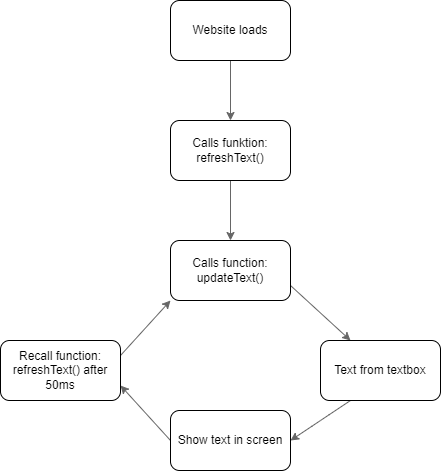
Lepsuplays/MakeItBigger keeps this draw.io diagram as img/MakeTextBig.dio.png. Above is the earlier version. Source tidied: cells renumbered, new cells last; positions are measured from the earlier drawing's top-left corner, leaving out a move shared by most shapes. The source it was exported from:
```xml
<mxGraphModel>
  <root>
    <mxCell id="0" />
    <mxCell id="1" parent="0" />
    <mxCell id="2" style="edgeStyle=none;html=1;exitX=0.5;exitY=1;exitDx=0;exitDy=0;entryX=0.5;entryY=0;entryDx=0;entryDy=0;fillColor=#f5f5f5;strokeColor=#666666;" parent="1" edge="1" source="3" target="5">
      <mxGeometry relative="1" as="geometry" />
    </mxCell>
    <mxCell id="3" value="Website loads" style="rounded=1;whiteSpace=wrap;html=1;" parent="1" vertex="1">
      <mxGeometry x="170" width="120" height="60" as="geometry" />
    </mxCell>
    <mxCell id="4" style="edgeStyle=none;html=1;exitX=0.5;exitY=1;exitDx=0;exitDy=0;entryX=0.5;entryY=0;entryDx=0;entryDy=0;fillColor=#f5f5f5;strokeColor=#666666;" parent="1" edge="1" source="5" target="7">
      <mxGeometry relative="1" as="geometry" />
    </mxCell>
    <mxCell id="5" value="Calls funktion: refreshText()" style="rounded=1;whiteSpace=wrap;html=1;" parent="1" vertex="1">
      <mxGeometry x="170" y="120" width="120" height="60" as="geometry" />
    </mxCell>
    <mxCell id="6" style="edgeStyle=none;html=1;exitX=1;exitY=0.75;exitDx=0;exitDy=0;entryX=0.25;entryY=0;entryDx=0;entryDy=0;fillColor=#f5f5f5;strokeColor=#666666;" parent="1" edge="1" source="7" target="9">
      <mxGeometry relative="1" as="geometry" />
    </mxCell>
    <mxCell id="7" value="Calls function: updateText()" style="rounded=1;whiteSpace=wrap;html=1;" parent="1" vertex="1">
      <mxGeometry x="170" y="240" width="120" height="60" as="geometry" />
    </mxCell>
    <mxCell id="8" style="edgeStyle=none;html=1;exitX=0.25;exitY=1;exitDx=0;exitDy=0;entryX=1;entryY=0.5;entryDx=0;entryDy=0;fillColor=#f5f5f5;strokeColor=#666666;" parent="1" edge="1" source="9" target="11">
      <mxGeometry relative="1" as="geometry">
        <Array as="points">
          <mxPoint x="320" y="420" />
        </Array>
      </mxGeometry>
    </mxCell>
    <mxCell id="9" value="Text from textbox" style="rounded=1;whiteSpace=wrap;html=1;" parent="1" vertex="1">
      <mxGeometry x="320" y="340" width="120" height="60" as="geometry" />
    </mxCell>
    <mxCell id="10" style="edgeStyle=none;html=1;exitX=0;exitY=0.5;exitDx=0;exitDy=0;entryX=1;entryY=0.75;entryDx=0;entryDy=0;fillColor=#f5f5f5;strokeColor=#666666;jumpSize=6;" parent="1" edge="1" source="11" target="13">
      <mxGeometry relative="1" as="geometry" />
    </mxCell>
    <mxCell id="11" value="Show text in screen" style="rounded=1;whiteSpace=wrap;html=1;" parent="1" vertex="1">
      <mxGeometry x="170" y="410" width="120" height="60" as="geometry" />
    </mxCell>
    <mxCell id="12" style="edgeStyle=none;html=1;exitX=1;exitY=0.25;exitDx=0;exitDy=0;entryX=0;entryY=1;entryDx=0;entryDy=0;fillColor=#f5f5f5;strokeColor=#666666;" parent="1" edge="1" source="13" target="7">
      <mxGeometry relative="1" as="geometry" />
    </mxCell>
    <mxCell id="13" value="Recall function: refreshText() after 50ms" style="rounded=1;whiteSpace=wrap;html=1;" parent="1" vertex="1">
      <mxGeometry y="340" width="120" height="60" as="geometry" />
    </mxCell>
  </root>
</mxGraphModel>
```
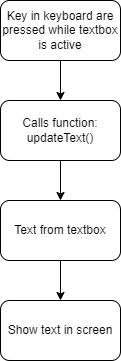
Above is the later version.

The edit, as a diff of the source:
```diff
@@ -2,45 +2,26 @@
   <root>
     <mxCell id="0" />
     <mxCell id="1" parent="0" />
-    <mxCell id="2" style="edgeStyle=none;html=1;exitX=0.5;exitY=1;exitDx=0;exitDy=0;entryX=0.5;entryY=0;entryDx=0;entryDy=0;fillColor=#f5f5f5;strokeColor=#666666;" parent="1" edge="1" source="3" target="5">
-      <mxGeometry relative="1" as="geometry" />
-    </mxCell>
-    <mxCell id="3" value="Website loads" style="rounded=1;whiteSpace=wrap;html=1;" parent="1" vertex="1">
-      <mxGeometry x="170" width="120" height="60" as="geometry" />
-    </mxCell>
-    <mxCell id="4" style="edgeStyle=none;html=1;exitX=0.5;exitY=1;exitDx=0;exitDy=0;entryX=0.5;entryY=0;entryDx=0;entryDy=0;fillColor=#f5f5f5;strokeColor=#666666;" parent="1" edge="1" source="5" target="7">
-      <mxGeometry relative="1" as="geometry" />
-    </mxCell>
-    <mxCell id="5" value="Calls funktion: refreshText()" style="rounded=1;whiteSpace=wrap;html=1;" parent="1" vertex="1">
-      <mxGeometry x="170" y="120" width="120" height="60" as="geometry" />
-    </mxCell>
-    <mxCell id="6" style="edgeStyle=none;html=1;exitX=1;exitY=0.75;exitDx=0;exitDy=0;entryX=0.25;entryY=0;entryDx=0;entryDy=0;fillColor=#f5f5f5;strokeColor=#666666;" parent="1" edge="1" source="7" target="9">
+    <mxCell id="6" style="edgeStyle=none;html=1;exitX=0.5;exitY=1;exitDx=0;exitDy=0;entryX=0.5;entryY=0;entryDx=0;entryDy=0;" parent="1" edge="1" source="7" target="9">
       <mxGeometry relative="1" as="geometry" />
     </mxCell>
     <mxCell id="7" value="Calls function: updateText()" style="rounded=1;whiteSpace=wrap;html=1;" parent="1" vertex="1">
-      <mxGeometry x="170" y="240" width="120" height="60" as="geometry" />
+      <mxGeometry x="140" y="270" width="120" height="60" as="geometry" />
     </mxCell>
+    <mxCell id="14" style="edgeStyle=none;html=1;exitX=0.5;exitY=1;exitDx=0;exitDy=0;entryX=0.5;entryY=0;entryDx=0;entryDy=0;" parent="1" edge="1" source="9" target="11">
+      <mxGeometry relative="1" as="geometry" />
+    </mxCell>
+    <mxCell id="9" value="Text from textbox" style="rounded=1;whiteSpace=wrap;html=1;" parent="1" vertex="1">
+      <mxGeometry x="140" y="370" width="120" height="60" as="geometry" />
+    </mxCell>
+    <mxCell id="11" value="Show text in screen" style="rounded=1;whiteSpace=wrap;html=1;" parent="1" vertex="1">
+      <mxGeometry x="140" y="470" width="120" height="60" as="geometry" />
+    </mxCell>
+    <mxCell id="15" style="edgeStyle=none;html=1;exitX=0.5;exitY=1;exitDx=0;exitDy=0;entryX=0.5;entryY=0;entryDx=0;entryDy=0;" parent="1" edge="1" source="8" target="7">
+      <mxGeometry relative="1" as="geometry" />
+    </mxCell>
-    <mxCell id="8" style="edgeStyle=none;html=1;exitX=0.25;exitY=1;exitDx=0;exitDy=0;entryX=1;entryY=0.5;entryDx=0;entryDy=0;fillColor=#f5f5f5;strokeColor=#666666;" parent="1" edge="1" source="9" target="11">
-      <mxGeometry relative="1" as="geometry">
-        <Array as="points">
-          <mxPoint x="320" y="420" />
-        </Array>
-      </mxGeometry>
+    <mxCell id="8" value="Key in keyboard are pressed while textbox is active" style="rounded=1;whiteSpace=wrap;html=1;" parent="1" vertex="1">
+      <mxGeometry x="140" y="170" width="120" height="60" as="geometry" />
     </mxCell>
-    <mxCell id="9" value="Text from textbox" style="rounded=1;whiteSpace=wrap;html=1;" parent="1" vertex="1">
-      <mxGeometry x="320" y="340" width="120" height="60" as="geometry" />
-    </mxCell>
-    <mxCell id="10" style="edgeStyle=none;html=1;exitX=0;exitY=0.5;exitDx=0;exitDy=0;entryX=1;entryY=0.75;entryDx=0;entryDy=0;fillColor=#f5f5f5;strokeColor=#666666;jumpSize=6;" parent="1" edge="1" source="11" target="13">
-      <mxGeometry relative="1" as="geometry" />
-    </mxCell>
-    <mxCell id="11" value="Show text in screen" style="rounded=1;whiteSpace=wrap;html=1;" parent="1" vertex="1">
-      <mxGeometry x="170" y="410" width="120" height="60" as="geometry" />
-    </mxCell>
-    <mxCell id="12" style="edgeStyle=none;html=1;exitX=1;exitY=0.25;exitDx=0;exitDy=0;entryX=0;entryY=1;entryDx=0;entryDy=0;fillColor=#f5f5f5;strokeColor=#666666;" parent="1" edge="1" source="13" target="7">
-      <mxGeometry relative="1" as="geometry" />
-    </mxCell>
-    <mxCell id="13" value="Recall function: refreshText() after 50ms" style="rounded=1;whiteSpace=wrap;html=1;" parent="1" vertex="1">
-      <mxGeometry y="340" width="120" height="60" as="geometry" />
-    </mxCell>
   </root>
 </mxGraphModel>
```
